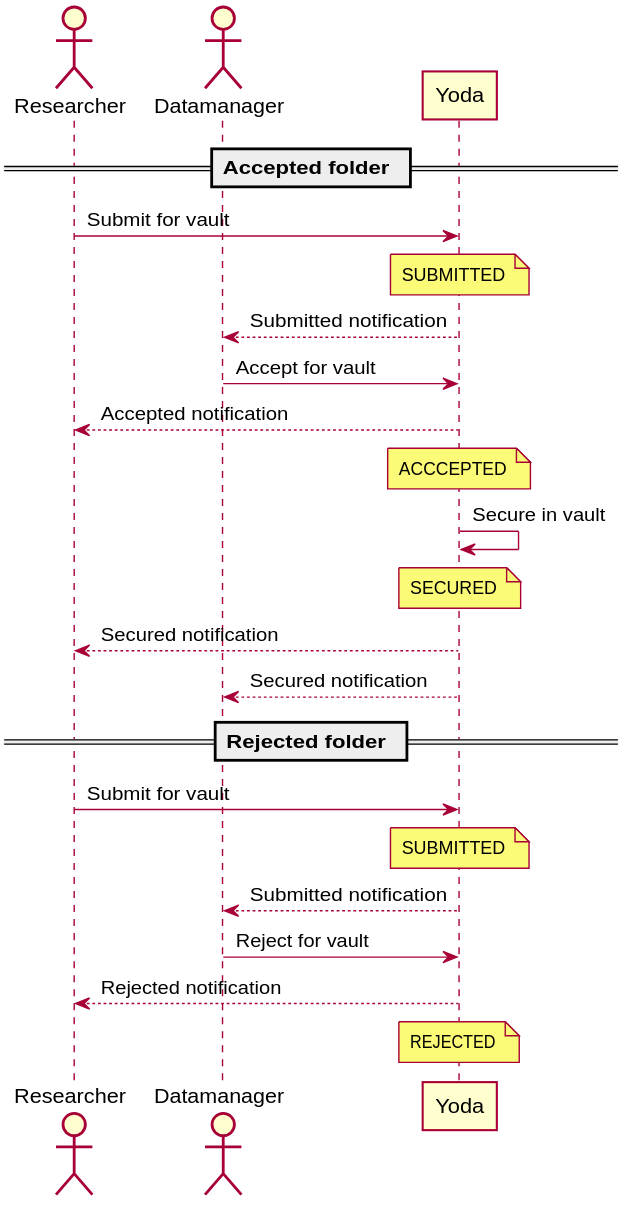
The PlantUML diagram docs/design/overview/img/research/research-space-sequence-diagram.svg in UtrechtUniversity/yoda, before a commit.
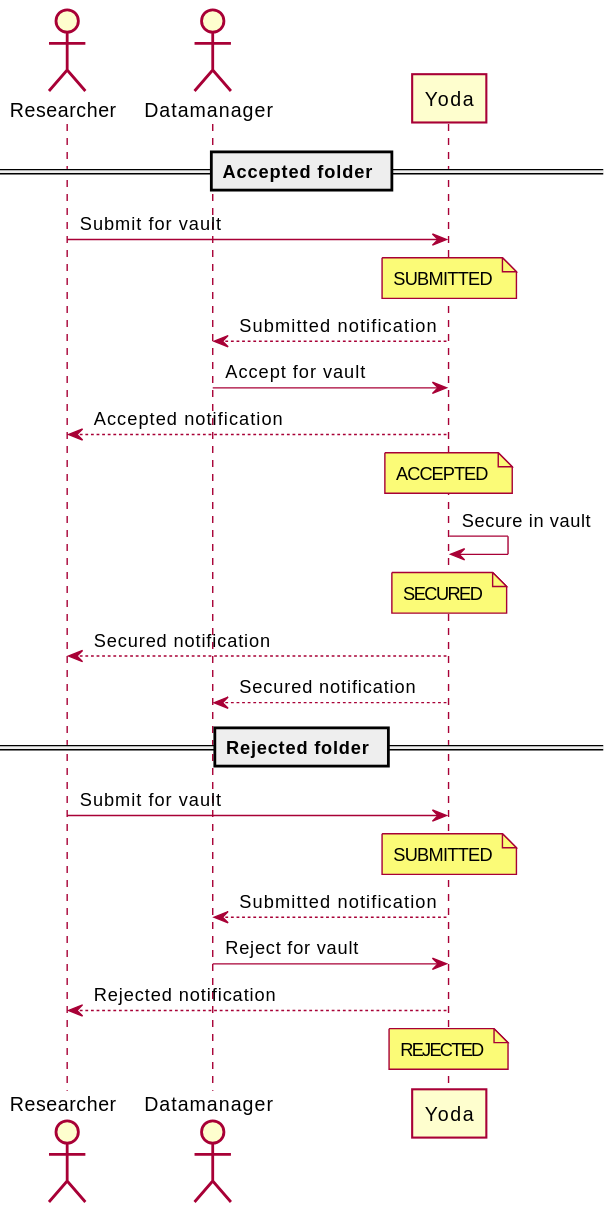
The same diagram one commit later.

The edit, as a diff of the source:
```diff
@@ -12,7 +12,7 @@
 yoda        --> datamanager : Submitted notification
 datamanager  -> yoda        : Accept for vault
 yoda        --> researcher  : Accepted notification
-note over yoda              : ACCCEPTED
+note over yoda              : ACCEPTED
 yoda         -> yoda        : Secure in vault
 note over yoda              : SECURED
 yoda        --> researcher  : Secured notification
```
